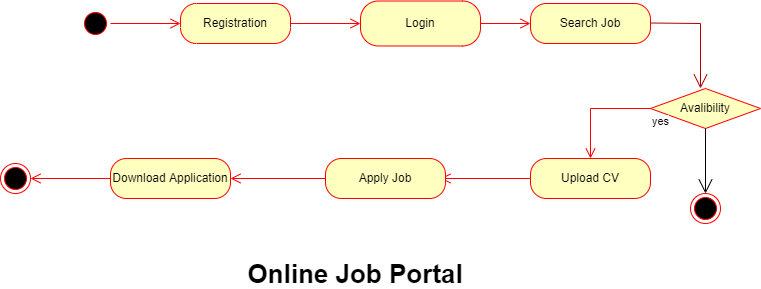
Ishika2337/UST-prograd-training keeps this draw.io diagram as Object Modelling/STD.png. Above is the earlier version. Source tidied: cells renumbered, new cells last; positions are measured from the earlier drawing's top-left corner, leaving out a move shared by most shapes. The source it was exported from:
```xml
<mxGraphModel>
  <root>
    <mxCell id="0" />
    <mxCell id="1" parent="0" />
    <mxCell id="2" style="ellipse;html=1;shape=startState;fillColor=#000000;strokeColor=#ff0000;" parent="1" vertex="1">
      <mxGeometry x="80" y="8" width="30" height="30" as="geometry" />
    </mxCell>
    <mxCell id="3" style="edgeStyle=orthogonalEdgeStyle;html=1;verticalAlign=bottom;endArrow=open;endSize=8;strokeColor=#ff0000;rounded=0;" parent="1" edge="1" source="2">
      <mxGeometry relative="1" as="geometry">
        <mxPoint x="180" y="23" as="targetPoint" />
      </mxGeometry>
    </mxCell>
    <mxCell id="4" value="Registration" style="rounded=1;whiteSpace=wrap;html=1;arcSize=40;fontColor=#000000;fillColor=#ffffc0;strokeColor=#ff0000;direction=south;" parent="1" vertex="1">
      <mxGeometry x="180" y="3" width="110" height="40" as="geometry" />
    </mxCell>
    <mxCell id="5" value="Login" style="rounded=1;whiteSpace=wrap;html=1;arcSize=40;fontColor=#000000;fillColor=#ffffc0;strokeColor=#ff0000;direction=south;" parent="1" vertex="1">
      <mxGeometry x="360" y="0.5" width="120" height="45" as="geometry" />
    </mxCell>
    <mxCell id="6" style="edgeStyle=orthogonalEdgeStyle;html=1;verticalAlign=bottom;endArrow=open;endSize=8;strokeColor=#ff0000;rounded=0;entryX=0;entryY=0.5;entryDx=0;entryDy=0;" parent="1" edge="1" source="5" target="7">
      <mxGeometry relative="1" as="geometry" />
    </mxCell>
    <mxCell id="7" value="Search Job" style="rounded=1;whiteSpace=wrap;html=1;arcSize=40;fontColor=#000000;fillColor=#ffffc0;strokeColor=#ff0000;" parent="1" vertex="1">
      <mxGeometry x="530" y="3" width="120" height="40" as="geometry" />
    </mxCell>
    <mxCell id="8" style="endArrow=open;endFill=1;endSize=12;html=1;rounded=0;fillColor=#e51400;strokeColor=#B20000;" parent="1" edge="1">
      <mxGeometry relative="1" as="geometry">
        <mxPoint x="650" y="22.5" as="sourcePoint" />
        <mxPoint x="700" y="88" as="targetPoint" />
        <Array as="points">
          <mxPoint x="700" y="23" />
        </Array>
      </mxGeometry>
    </mxCell>
    <mxCell id="9" value="Avalibility" style="rhombus;whiteSpace=wrap;html=1;fillColor=#ffffc0;strokeColor=#ff0000;" parent="1" vertex="1">
      <mxGeometry x="650" y="88" width="110" height="40" as="geometry" />
    </mxCell>
    <mxCell id="10" value="yes" style="edgeStyle=orthogonalEdgeStyle;html=1;align=left;verticalAlign=top;endArrow=open;endSize=8;strokeColor=#ff0000;rounded=0;" parent="1" edge="1" source="9">
      <mxGeometry x="-1" relative="1" as="geometry">
        <mxPoint x="590" y="158" as="targetPoint" />
      </mxGeometry>
    </mxCell>
    <mxCell id="11" value="Upload CV" style="rounded=1;whiteSpace=wrap;html=1;arcSize=40;fontColor=#000000;fillColor=#ffffc0;strokeColor=#ff0000;" parent="1" vertex="1">
      <mxGeometry x="530" y="158" width="120" height="40" as="geometry" />
    </mxCell>
    <mxCell id="12" style="edgeStyle=orthogonalEdgeStyle;html=1;verticalAlign=bottom;endArrow=open;endSize=8;strokeColor=#ff0000;rounded=0;entryX=0.958;entryY=0.5;entryDx=0;entryDy=0;entryPerimeter=0;" parent="1" edge="1" source="11" target="13">
      <mxGeometry relative="1" as="geometry" />
    </mxCell>
    <mxCell id="13" value="Apply Job" style="rounded=1;whiteSpace=wrap;html=1;arcSize=40;fontColor=#000000;fillColor=#ffffc0;strokeColor=#ff0000;" parent="1" vertex="1">
      <mxGeometry x="325" y="158" width="120" height="40" as="geometry" />
    </mxCell>
    <mxCell id="14" style="edgeStyle=orthogonalEdgeStyle;html=1;verticalAlign=bottom;endArrow=open;endSize=8;strokeColor=#ff0000;rounded=0;" parent="1" edge="1" source="13">
      <mxGeometry relative="1" as="geometry">
        <mxPoint x="230" y="178" as="targetPoint" />
      </mxGeometry>
    </mxCell>
    <mxCell id="15" value="Download Application" style="rounded=1;whiteSpace=wrap;html=1;arcSize=40;fontColor=#000000;fillColor=#ffffc0;strokeColor=#ff0000;" parent="1" vertex="1">
      <mxGeometry x="110" y="158" width="120" height="40" as="geometry" />
    </mxCell>
    <mxCell id="16" style="edgeStyle=orthogonalEdgeStyle;html=1;verticalAlign=bottom;endArrow=open;endSize=8;strokeColor=#ff0000;rounded=0;" parent="1" edge="1" source="15">
      <mxGeometry relative="1" as="geometry">
        <mxPoint x="30" y="178" as="targetPoint" />
      </mxGeometry>
    </mxCell>
    <mxCell id="17" style="ellipse;html=1;shape=endState;fillColor=#000000;strokeColor=#ff0000;" parent="1" vertex="1">
      <mxGeometry y="163" width="30" height="30" as="geometry" />
    </mxCell>
    <mxCell id="18" style="edgeStyle=orthogonalEdgeStyle;html=1;verticalAlign=bottom;endArrow=open;endSize=8;strokeColor=#ff0000;rounded=0;entryX=0.5;entryY=1;entryDx=0;entryDy=0;exitX=0.5;exitY=0;exitDx=0;exitDy=0;" parent="1" edge="1" source="4" target="5">
      <mxGeometry relative="1" as="geometry" />
    </mxCell>
    <mxCell id="19" style="endArrow=open;endFill=1;endSize=12;html=1;rounded=0;exitX=0.5;exitY=1;exitDx=0;exitDy=0;" parent="1" edge="1" source="9" target="20">
      <mxGeometry relative="1" as="geometry" />
    </mxCell>
    <mxCell id="20" style="ellipse;html=1;shape=endState;fillColor=#000000;strokeColor=#ff0000;" parent="1" vertex="1">
      <mxGeometry x="690" y="193" width="30" height="30" as="geometry" />
    </mxCell>
    <mxCell id="21" value="Online Job Portal" style="text;align=center;fontStyle=1;verticalAlign=middle;spacingLeft=3;spacingRight=3;strokeColor=none;fontSize=26;" parent="1" vertex="1">
      <mxGeometry x="180" y="258" width="350" height="26" as="geometry" />
    </mxCell>
  </root>
</mxGraphModel>
```
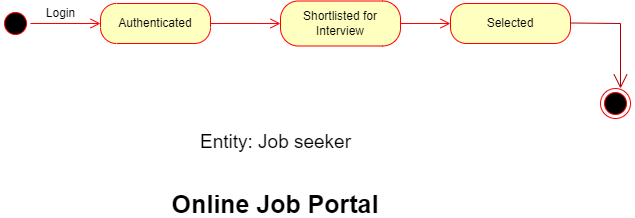
The same diagram one commit later.

Commit message:
STD and use case Modified

The edit, as a diff of the source:
```diff
@@ -10,16 +10,16 @@
         <mxPoint x="180" y="23" as="targetPoint" />
       </mxGeometry>
     </mxCell>
-    <mxCell id="4" value="Registration" style="rounded=1;whiteSpace=wrap;html=1;arcSize=40;fontColor=#000000;fillColor=#ffffc0;strokeColor=#ff0000;direction=south;" parent="1" vertex="1">
+    <mxCell id="4" value="Authenticated" style="rounded=1;whiteSpace=wrap;html=1;arcSize=40;fontColor=#000000;fillColor=#ffffc0;strokeColor=#ff0000;direction=south;" parent="1" vertex="1">
       <mxGeometry x="180" y="3" width="110" height="40" as="geometry" />
     </mxCell>
-    <mxCell id="5" value="Login" style="rounded=1;whiteSpace=wrap;html=1;arcSize=40;fontColor=#000000;fillColor=#ffffc0;strokeColor=#ff0000;direction=south;" parent="1" vertex="1">
+    <mxCell id="5" value="Shortlisted for Interview" style="rounded=1;whiteSpace=wrap;html=1;arcSize=40;fontColor=#000000;fillColor=#ffffc0;strokeColor=#ff0000;direction=south;" parent="1" vertex="1">
       <mxGeometry x="360" y="0.5" width="120" height="45" as="geometry" />
     </mxCell>
     <mxCell id="6" style="edgeStyle=orthogonalEdgeStyle;html=1;verticalAlign=bottom;endArrow=open;endSize=8;strokeColor=#ff0000;rounded=0;entryX=0;entryY=0.5;entryDx=0;entryDy=0;" parent="1" edge="1" source="5" target="7">
       <mxGeometry relative="1" as="geometry" />
     </mxCell>
-    <mxCell id="7" value="Search Job" style="rounded=1;whiteSpace=wrap;html=1;arcSize=40;fontColor=#000000;fillColor=#ffffc0;strokeColor=#ff0000;" parent="1" vertex="1">
+    <mxCell id="7" value="Selected" style="rounded=1;whiteSpace=wrap;html=1;arcSize=40;fontColor=#000000;fillColor=#ffffc0;strokeColor=#ff0000;" parent="1" vertex="1">
       <mxGeometry x="530" y="3" width="120" height="40" as="geometry" />
     </mxCell>
     <mxCell id="8" style="endArrow=open;endFill=1;endSize=12;html=1;rounded=0;fillColor=#e51400;strokeColor=#B20000;" parent="1" edge="1">
@@ -31,50 +31,20 @@
         </Array>
       </mxGeometry>
     </mxCell>
-    <mxCell id="9" value="Avalibility" style="rhombus;whiteSpace=wrap;html=1;fillColor=#ffffc0;strokeColor=#ff0000;" parent="1" vertex="1">
-      <mxGeometry x="650" y="88" width="110" height="40" as="geometry" />
-    </mxCell>
-    <mxCell id="10" value="yes" style="edgeStyle=orthogonalEdgeStyle;html=1;align=left;verticalAlign=top;endArrow=open;endSize=8;strokeColor=#ff0000;rounded=0;" parent="1" edge="1" source="9">
-      <mxGeometry x="-1" relative="1" as="geometry">
-        <mxPoint x="590" y="158" as="targetPoint" />
-      </mxGeometry>
-    </mxCell>
-    <mxCell id="11" value="Upload CV" style="rounded=1;whiteSpace=wrap;html=1;arcSize=40;fontColor=#000000;fillColor=#ffffc0;strokeColor=#ff0000;" parent="1" vertex="1">
-      <mxGeometry x="530" y="158" width="120" height="40" as="geometry" />
-    </mxCell>
-    <mxCell id="12" style="edgeStyle=orthogonalEdgeStyle;html=1;verticalAlign=bottom;endArrow=open;endSize=8;strokeColor=#ff0000;rounded=0;entryX=0.958;entryY=0.5;entryDx=0;entryDy=0;entryPerimeter=0;" parent="1" edge="1" source="11" target="13">
-      <mxGeometry relative="1" as="geometry" />
-    </mxCell>
-    <mxCell id="13" value="Apply Job" style="rounded=1;whiteSpace=wrap;html=1;arcSize=40;fontColor=#000000;fillColor=#ffffc0;strokeColor=#ff0000;" parent="1" vertex="1">
-      <mxGeometry x="325" y="158" width="120" height="40" as="geometry" />
-    </mxCell>
-    <mxCell id="14" style="edgeStyle=orthogonalEdgeStyle;html=1;verticalAlign=bottom;endArrow=open;endSize=8;strokeColor=#ff0000;rounded=0;" parent="1" edge="1" source="13">
-      <mxGeometry relative="1" as="geometry">
-        <mxPoint x="230" y="178" as="targetPoint" />
-      </mxGeometry>
-    </mxCell>
-    <mxCell id="15" value="Download Application" style="rounded=1;whiteSpace=wrap;html=1;arcSize=40;fontColor=#000000;fillColor=#ffffc0;strokeColor=#ff0000;" parent="1" vertex="1">
-      <mxGeometry x="110" y="158" width="120" height="40" as="geometry" />
-    </mxCell>
-    <mxCell id="16" style="edgeStyle=orthogonalEdgeStyle;html=1;verticalAlign=bottom;endArrow=open;endSize=8;strokeColor=#ff0000;rounded=0;" parent="1" edge="1" source="15">
-      <mxGeometry relative="1" as="geometry">
-        <mxPoint x="30" y="178" as="targetPoint" />
-      </mxGeometry>
-    </mxCell>
-    <mxCell id="17" style="ellipse;html=1;shape=endState;fillColor=#000000;strokeColor=#ff0000;" parent="1" vertex="1">
-      <mxGeometry y="163" width="30" height="30" as="geometry" />
-    </mxCell>
     <mxCell id="18" style="edgeStyle=orthogonalEdgeStyle;html=1;verticalAlign=bottom;endArrow=open;endSize=8;strokeColor=#ff0000;rounded=0;entryX=0.5;entryY=1;entryDx=0;entryDy=0;exitX=0.5;exitY=0;exitDx=0;exitDy=0;" parent="1" edge="1" source="4" target="5">
       <mxGeometry relative="1" as="geometry" />
     </mxCell>
-    <mxCell id="19" style="endArrow=open;endFill=1;endSize=12;html=1;rounded=0;exitX=0.5;exitY=1;exitDx=0;exitDy=0;" parent="1" edge="1" source="9" target="20">
-      <mxGeometry relative="1" as="geometry" />
-    </mxCell>
-    <mxCell id="20" style="ellipse;html=1;shape=endState;fillColor=#000000;strokeColor=#ff0000;" parent="1" vertex="1">
-      <mxGeometry x="690" y="193" width="30" height="30" as="geometry" />
-    </mxCell>
-    <mxCell id="21" value="Online Job Portal" style="text;align=center;fontStyle=1;verticalAlign=middle;spacingLeft=3;spacingRight=3;strokeColor=none;fontSize=26;" parent="1" vertex="1">
-      <mxGeometry x="180" y="258" width="350" height="26" as="geometry" />
+    <mxCell id="21" value="Online Job Portal" style="text;align=center;fontStyle=1;verticalAlign=middle;spacingLeft=3;spacingRight=3;strokeColor=none;fontSize=25;" parent="1" vertex="1">
+      <mxGeometry x="180" y="188" width="350" height="26" as="geometry" />
     </mxCell>
+    <mxCell id="22" value="Login" style="text;html=1;align=center;verticalAlign=middle;fillColor=none;strokeColor=none;rounded=0;" parent="1" vertex="1">
+      <mxGeometry x="120" y="3" width="40" height="20" as="geometry" />
+    </mxCell>
+    <mxCell id="23" value="&lt;font style=&quot;font-size: 19px&quot;&gt;Entity: Job seeker&lt;/font&gt;" style="text;html=1;align=center;verticalAlign=middle;fillColor=none;strokeColor=none;rounded=0;fontSize=25;" parent="1" vertex="1">
+      <mxGeometry x="270" y="118" width="170" height="40" as="geometry" />
+    </mxCell>
+    <mxCell id="24" style="ellipse;html=1;shape=endState;fillColor=#000000;strokeColor=#ff0000;fontSize=19;" parent="1" vertex="1">
+      <mxGeometry x="680" y="88" width="30" height="30" as="geometry" />
+    </mxCell>
   </root>
 </mxGraphModel>
```
